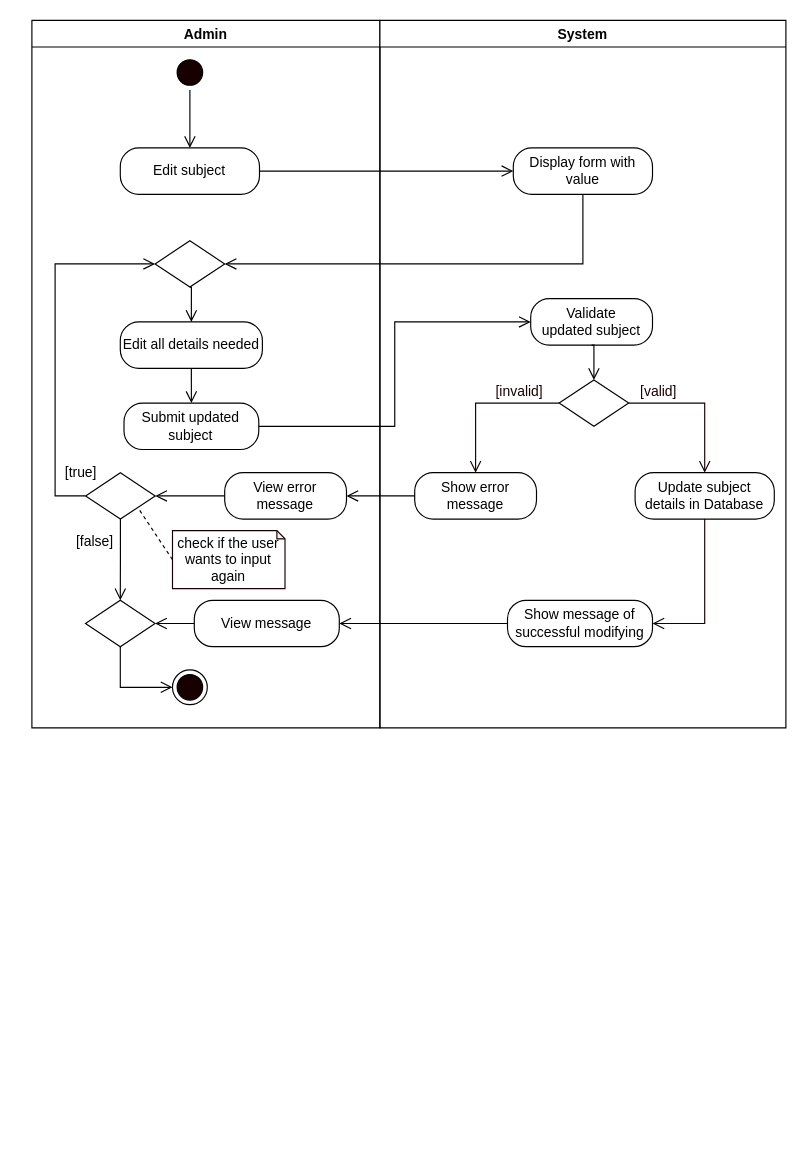
The draw.io diagram page "Edit Subject" (2 of 11) of REVISIONS/UML-DIAGRAMS/6-9-2021/ACTIVITY DIAGRAM/ACTIVITY DIAGRAM2.drawio in mrklglsn/CAPSTONE-FILES, before the edit. Source tidied: cells renumbered, new cells numbered last; positions are measured from the earlier drawing's top-left corner, leaving out a move shared by most shapes. Both pictures are drawn from the tidied source at 116%, with x=0, y=0 at pixel (31, 20).
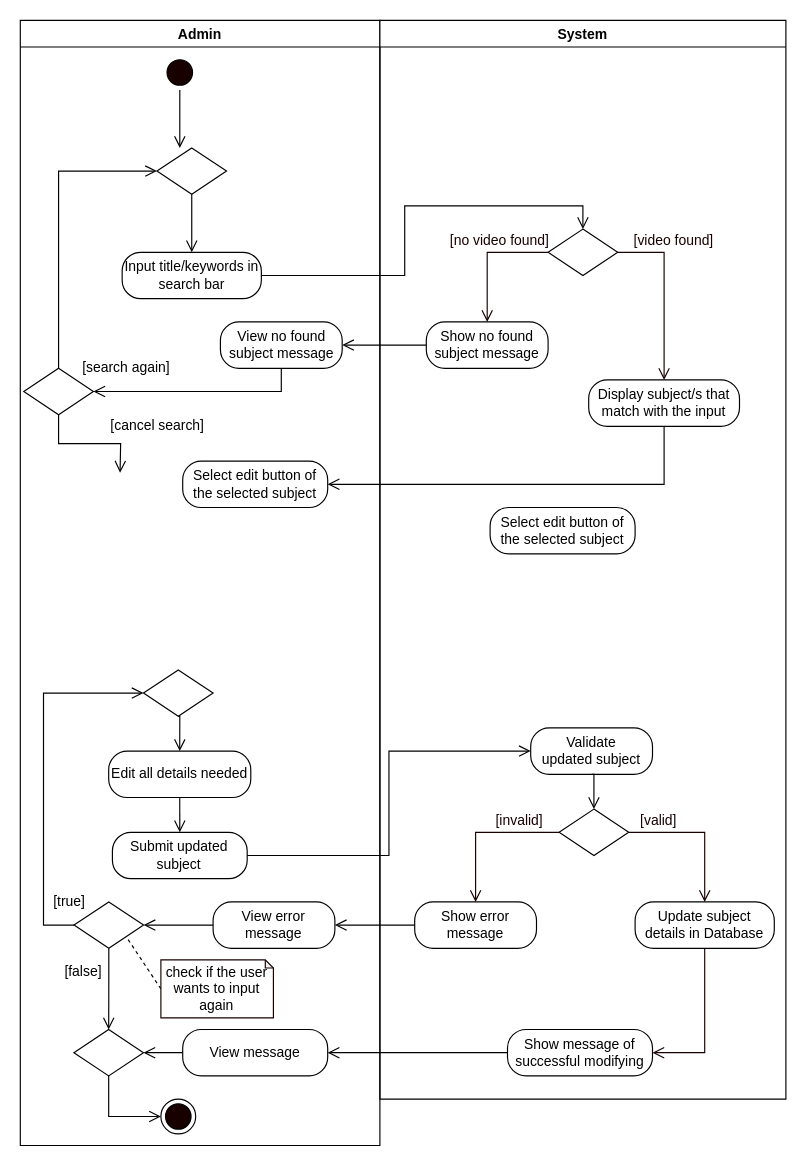
After the change.

Diff of the diagram source:
```diff
@@
     <mxCell id="2" value="Admin" style="swimlane;startSize=23;" parent="1" vertex="1">
-      <mxGeometry width="300" height="610" as="geometry" />
+      <mxGeometry x="-10" width="310" height="970" as="geometry" />
     </mxCell>
     <mxCell id="3" style="edgeStyle=orthogonalEdgeStyle;rounded=0;jettySize=auto;html=1;exitX=0.5;exitY=1;exitDx=0;exitDy=0;entryX=0.5;entryY=0;entryDx=0;entryDy=0;endArrow=open;endFill=0;endSize=8;" parent="2" edge="1" source="4">
       <mxGeometry relative="1" as="geometry">
-        <mxPoint x="136.2" y="110" as="targetPoint" />
+        <mxPoint x="137.5" y="110" as="targetPoint" />
       </mxGeometry>
     </mxCell>
     <mxCell id="4" style="ellipse;html=1;shape=startState;fillColor=#190000;" parent="2" vertex="1">
-      <mxGeometry x="121.2" y="30" width="30" height="30" as="geometry" />
+      <mxGeometry x="122.5" y="30" width="30" height="30" as="geometry" />
     </mxCell>
-    <mxCell id="5" value="Edit subject" style="rounded=1;whiteSpace=wrap;html=1;arcSize=40;" parent="2" vertex="1">
-      <mxGeometry x="76.2" y="110" width="120" height="40" as="geometry" />
-    </mxCell>
@@
     <mxCell id="7" value="Edit all details needed" style="rounded=1;whiteSpace=wrap;html=1;arcSize=40;" parent="2" vertex="1">
-      <mxGeometry x="76.2" y="260" width="122.5" height="40" as="geometry" />
+      <mxGeometry x="76.2" y="630" width="122.5" height="40" as="geometry" />
     </mxCell>
     <mxCell id="8" value="Submit updated subject" style="rounded=1;whiteSpace=wrap;html=1;arcSize=40;" parent="2" vertex="1">
-      <mxGeometry x="79.4" y="330" width="116.2" height="40" as="geometry" />
+      <mxGeometry x="79.4" y="700" width="116.2" height="40" as="geometry" />
     </mxCell>
@@
     <mxCell id="10" style="rhombus;whiteSpace=wrap;html=1;" parent="2" vertex="1">
-      <mxGeometry x="106.2" y="190" width="60" height="40" as="geometry" />
+      <mxGeometry x="106.2" y="560" width="60" height="40" as="geometry" />
     </mxCell>
     <mxCell id="11" style="edgeStyle=orthogonalEdgeStyle;rounded=0;jettySize=auto;html=1;exitX=0;exitY=0.5;exitDx=0;exitDy=0;entryX=0;entryY=0.5;entryDx=0;entryDy=0;endArrow=open;endFill=0;endSize=8;" parent="2" edge="1" source="13" target="10">
       <mxGeometry relative="1" as="geometry">
         <Array as="points">
-          <mxPoint x="20" y="410" />
-          <mxPoint x="20" y="210" />
+          <mxPoint x="20" y="780" />
+          <mxPoint x="20" y="580" />
         </Array>
       </mxGeometry>
     </mxCell>
@@
     <mxCell id="13" style="rhombus;whiteSpace=wrap;html=1;" parent="2" vertex="1">
-      <mxGeometry x="46.3" y="390" width="60" height="40" as="geometry" />
+      <mxGeometry x="46.3" y="760" width="60" height="40" as="geometry" />
     </mxCell>
     <mxCell id="14" value="[true]" style="text;html=1;align=center;verticalAlign=middle;strokeColor=none;" parent="2" vertex="1">
-      <mxGeometry x="22" y="380" width="40" height="20" as="geometry" />
+      <mxGeometry x="22" y="750" width="40" height="20" as="geometry" />
     </mxCell>
@@
     <mxCell id="16" value="check if the user wants to input again" style="shape=note;whiteSpace=wrap;html=1;backgroundOutline=1;darkOpacity=0.05;strokeColor=#190000;size=7;" parent="2" vertex="1">
-      <mxGeometry x="121.2" y="440" width="97" height="50" as="geometry" />
+      <mxGeometry x="121.2" y="810" width="97" height="50" as="geometry" />
     </mxCell>
     <mxCell id="17" value="[false]" style="text;html=1;align=center;verticalAlign=middle;strokeColor=none;" parent="2" vertex="1">
-      <mxGeometry x="29.4" y="440" width="50" height="20" as="geometry" />
+      <mxGeometry x="29.4" y="810" width="50" height="20" as="geometry" />
     </mxCell>
     <mxCell id="18" style="ellipse;html=1;shape=endState;fillColor=#190000;" parent="2" vertex="1">
-      <mxGeometry x="121.2" y="560" width="30" height="30" as="geometry" />
+      <mxGeometry x="121.2" y="930" width="30" height="30" as="geometry" />
     </mxCell>
@@
     <mxCell id="20" value="View error message" style="rounded=1;whiteSpace=wrap;html=1;arcSize=40;" parent="2" vertex="1">
-      <mxGeometry x="166.2" y="390" width="105" height="40" as="geometry" />
+      <mxGeometry x="166.2" y="760" width="105" height="40" as="geometry" />
     </mxCell>
@@
     <mxCell id="22" value="View message" style="rounded=1;whiteSpace=wrap;html=1;arcSize=40;" parent="2" vertex="1">
-      <mxGeometry x="140" y="500" width="125" height="40" as="geometry" />
+      <mxGeometry x="140" y="870" width="125" height="40" as="geometry" />
     </mxCell>
@@
     <mxCell id="24" style="rhombus;whiteSpace=wrap;html=1;" parent="2" vertex="1">
-      <mxGeometry x="46.2" y="500" width="60" height="40" as="geometry" />
+      <mxGeometry x="46.2" y="870" width="60" height="40" as="geometry" />
     </mxCell>
+    <mxCell id="43" style="rhombus;whiteSpace=wrap;html=1;" parent="2" vertex="1">
+      <mxGeometry x="3" y="300" width="60" height="40" as="geometry" />
+    </mxCell>
+    <mxCell id="44" value="[search again]" style="text;html=1;align=center;verticalAlign=middle;strokeColor=none;rotation=0;" parent="2" vertex="1">
+      <mxGeometry x="46.2" y="290" width="90" height="20" as="geometry" />
+    </mxCell>
+    <mxCell id="45" value="[cancel search]" style="text;html=1;align=center;verticalAlign=middle;strokeColor=none;rotation=0;" parent="2" vertex="1">
+      <mxGeometry x="68.2" y="340" width="100" height="20" as="geometry" />
+    </mxCell>
+    <mxCell id="46" value="Select edit button of the selected subject" style="rounded=1;whiteSpace=wrap;html=1;arcSize=40;" parent="2" vertex="1">
+      <mxGeometry x="140" y="380" width="125" height="40" as="geometry" />
+    </mxCell>
     <mxCell id="25" value="System" style="swimlane;" parent="1" vertex="1">
-      <mxGeometry x="300" width="350" height="610" as="geometry" />
+      <mxGeometry x="300" width="350" height="930" as="geometry" />
     </mxCell>
     <mxCell id="26" value="Validate updated&amp;nbsp;subject" style="rounded=1;whiteSpace=wrap;html=1;arcSize=40;" parent="25" vertex="1">
-      <mxGeometry x="130" y="240" width="105" height="40" as="geometry" />
+      <mxGeometry x="130" y="610" width="105" height="40" as="geometry" />
     </mxCell>
     <mxCell id="27" style="rhombus;whiteSpace=wrap;html=1;" parent="25" vertex="1">
-      <mxGeometry x="154.5" y="310" width="60" height="40" as="geometry" />
+      <mxGeometry x="154.5" y="680" width="60" height="40" as="geometry" />
     </mxCell>
@@
     <mxCell id="29" value="&lt;font color=&quot;#190000&quot;&gt;[valid]&lt;/font&gt;" style="text;html=1;align=center;verticalAlign=middle;strokeColor=none;fontColor=#FFFFFF;" parent="25" vertex="1">
-      <mxGeometry x="214.5" y="310" width="50" height="20" as="geometry" />
+      <mxGeometry x="214.5" y="680" width="50" height="20" as="geometry" />
     </mxCell>
     <mxCell id="30" value="&lt;font color=&quot;#190000&quot;&gt;[invalid]&lt;/font&gt;" style="text;html=1;align=center;verticalAlign=middle;strokeColor=none;fontColor=#FFFFFF;" parent="25" vertex="1">
-      <mxGeometry x="90" y="310" width="60" height="20" as="geometry" />
+      <mxGeometry x="90" y="680" width="60" height="20" as="geometry" />
     </mxCell>
     <mxCell id="31" value="Show error message" style="rounded=1;whiteSpace=wrap;html=1;arcSize=40;" parent="25" vertex="1">
-      <mxGeometry x="30" y="390" width="105" height="40" as="geometry" />
+      <mxGeometry x="30" y="760" width="105" height="40" as="geometry" />
     </mxCell>
@@
     <mxCell id="33" value="Update subject details in Database" style="rounded=1;whiteSpace=wrap;html=1;arcSize=40;" parent="25" vertex="1">
-      <mxGeometry x="220" y="390" width="120" height="40" as="geometry" />
+      <mxGeometry x="220" y="760" width="120" height="40" as="geometry" />
     </mxCell>
@@
     <mxCell id="36" value="Show message of successful modifying" style="rounded=1;whiteSpace=wrap;html=1;arcSize=40;" parent="25" vertex="1">
-      <mxGeometry x="110" y="500" width="125" height="40" as="geometry" />
+      <mxGeometry x="110" y="870" width="125" height="40" as="geometry" />
     </mxCell>
-    <mxCell id="37" value="Display form with value" style="rounded=1;whiteSpace=wrap;html=1;arcSize=40;" parent="25" vertex="1">
-      <mxGeometry x="115" y="110" width="120" height="40" as="geometry" />
-    </mxCell>
-    <mxCell id="38" style="edgeStyle=orthogonalEdgeStyle;rounded=0;jettySize=auto;html=1;exitX=1;exitY=0.5;exitDx=0;exitDy=0;endArrow=open;endFill=0;endSize=8;entryX=0;entryY=0.5;entryDx=0;entryDy=0;" parent="1" edge="1" source="5" target="37">
-      <mxGeometry relative="1" as="geometry" />
-    </mxCell>
-    <mxCell id="39" style="edgeStyle=orthogonalEdgeStyle;rounded=0;jettySize=auto;html=1;exitX=0.5;exitY=1;exitDx=0;exitDy=0;endArrow=open;endFill=0;endSize=8;entryX=1;entryY=0.5;entryDx=0;entryDy=0;" parent="1" edge="1" source="37" target="10">
-      <mxGeometry relative="1" as="geometry" />
-    </mxCell>
+    <mxCell id="47" value="Input title/keywords in search bar" style="rounded=1;whiteSpace=wrap;html=1;arcSize=40;" parent="25" vertex="1">
+      <mxGeometry x="-222.2" y="200" width="120" height="40" as="geometry" />
+    </mxCell>
+    <mxCell id="48" style="edgeStyle=orthogonalEdgeStyle;rounded=0;jettySize=auto;html=1;exitX=0.5;exitY=1;exitDx=0;exitDy=0;entryX=0.5;entryY=0;entryDx=0;entryDy=0;endArrow=open;endFill=0;endSize=8;" parent="25" edge="1" source="49" target="47">
+      <mxGeometry relative="1" as="geometry" />
+    </mxCell>
+    <mxCell id="49" style="rhombus;whiteSpace=wrap;html=1;" parent="25" vertex="1">
+      <mxGeometry x="-192.2" y="110" width="60" height="40" as="geometry" />
+    </mxCell>
+    <mxCell id="50" style="edgeStyle=orthogonalEdgeStyle;rounded=0;jettySize=auto;html=1;exitX=0.5;exitY=1;exitDx=0;exitDy=0;endArrow=open;endFill=0;endSize=8;" parent="25" edge="1" source="43">
+      <mxGeometry relative="1" as="geometry">
+        <mxPoint x="-224" y="390" as="targetPoint" />
+      </mxGeometry>
+    </mxCell>
+    <mxCell id="51" value="View no found subject message" style="rounded=1;whiteSpace=wrap;html=1;arcSize=40;" parent="25" vertex="1">
+      <mxGeometry x="-137.5" y="260" width="105" height="40" as="geometry" />
+    </mxCell>
+    <mxCell id="52" style="rhombus;whiteSpace=wrap;html=1;" parent="25" vertex="1">
+      <mxGeometry x="145" y="180" width="60" height="40" as="geometry" />
+    </mxCell>
+    <mxCell id="53" style="edgeStyle=orthogonalEdgeStyle;rounded=0;jettySize=auto;html=1;exitX=1;exitY=0.5;exitDx=0;exitDy=0;entryX=0.5;entryY=0;entryDx=0;entryDy=0;endArrow=open;endFill=0;endSize=8;" parent="25" edge="1" source="47" target="52">
+      <mxGeometry relative="1" as="geometry" />
+    </mxCell>
+    <mxCell id="54" value="&lt;font color=&quot;#190000&quot;&gt;[video found]&lt;/font&gt;" style="text;html=1;align=center;verticalAlign=middle;strokeColor=none;fontColor=#FFFFFF;" parent="25" vertex="1">
+      <mxGeometry x="212.5" y="180" width="80" height="20" as="geometry" />
+    </mxCell>
+    <mxCell id="55" value="&lt;font color=&quot;#190000&quot;&gt;[no video found]&lt;/font&gt;" style="text;html=1;align=center;verticalAlign=middle;strokeColor=none;fontColor=#FFFFFF;" parent="25" vertex="1">
+      <mxGeometry x="52.5" y="180" width="100" height="20" as="geometry" />
+    </mxCell>
+    <mxCell id="56" value="Show no found subject message" style="rounded=1;whiteSpace=wrap;html=1;arcSize=40;" parent="25" vertex="1">
+      <mxGeometry x="40" y="260" width="105" height="40" as="geometry" />
+    </mxCell>
+    <mxCell id="57" style="edgeStyle=orthogonalEdgeStyle;rounded=0;jettySize=auto;html=1;exitX=0;exitY=0.5;exitDx=0;exitDy=0;entryX=1;entryY=0.5;entryDx=0;entryDy=0;endArrow=open;endFill=0;endSize=8;" parent="25" edge="1" source="56" target="51">
+      <mxGeometry relative="1" as="geometry" />
+    </mxCell>
+    <mxCell id="58" style="edgeStyle=orthogonalEdgeStyle;rounded=0;jettySize=auto;html=1;exitX=0;exitY=0.5;exitDx=0;exitDy=0;fontColor=#FFFFFF;endArrow=open;endFill=0;endSize=8;strokeColor=#190000;entryX=0.5;entryY=0;entryDx=0;entryDy=0;" parent="25" edge="1" source="52" target="56">
+      <mxGeometry relative="1" as="geometry" />
+    </mxCell>
+    <mxCell id="59" style="edgeStyle=orthogonalEdgeStyle;rounded=0;jettySize=auto;html=1;exitX=0.5;exitY=1;exitDx=0;exitDy=0;entryX=0.5;entryY=0;entryDx=0;entryDy=0;endArrow=open;endFill=0;endSize=8;" parent="25" edge="1" source="60">
+      <mxGeometry relative="1" as="geometry">
+        <mxPoint x="245" y="350" as="targetPoint" />
+      </mxGeometry>
+    </mxCell>
+    <mxCell id="60" value="Display subject/s that match with the input" style="rounded=1;whiteSpace=wrap;html=1;arcSize=40;" parent="25" vertex="1">
+      <mxGeometry x="180" y="310" width="130" height="40" as="geometry" />
+    </mxCell>
+    <mxCell id="61" style="edgeStyle=orthogonalEdgeStyle;rounded=0;jettySize=auto;html=1;exitX=1;exitY=0.5;exitDx=0;exitDy=0;fontColor=#FFFFFF;endArrow=open;endFill=0;endSize=8;strokeColor=#190000;entryX=0.5;entryY=0;entryDx=0;entryDy=0;" parent="25" edge="1" source="52" target="60">
+      <mxGeometry relative="1" as="geometry" />
+    </mxCell>
+    <mxCell id="62" value="Select edit button of the selected subject" style="rounded=1;whiteSpace=wrap;html=1;arcSize=40;" parent="25" vertex="1">
+      <mxGeometry x="95" y="420" width="125" height="40" as="geometry" />
+    </mxCell>
@@
+    <mxCell id="63" style="edgeStyle=orthogonalEdgeStyle;rounded=0;jettySize=auto;html=1;exitX=0.5;exitY=0;exitDx=0;exitDy=0;entryX=0;entryY=0.5;entryDx=0;entryDy=0;endArrow=open;endFill=0;endSize=8;" parent="1" edge="1" source="43" target="49">
+      <mxGeometry relative="1" as="geometry" />
+    </mxCell>
+    <mxCell id="64" style="edgeStyle=orthogonalEdgeStyle;rounded=0;jettySize=auto;html=1;exitX=0.5;exitY=1;exitDx=0;exitDy=0;entryX=1;entryY=0.5;entryDx=0;entryDy=0;endArrow=open;endFill=0;endSize=8;" parent="1" edge="1" source="51" target="43">
+      <mxGeometry relative="1" as="geometry" />
+    </mxCell>
+    <mxCell id="65" style="edgeStyle=orthogonalEdgeStyle;rounded=0;jettySize=auto;html=1;exitX=0.5;exitY=1;exitDx=0;exitDy=0;entryX=1;entryY=0.5;entryDx=0;entryDy=0;endArrow=open;endFill=0;endSize=8;" parent="1" edge="1" source="60" target="46">
+      <mxGeometry relative="1" as="geometry" />
+    </mxCell>
```
